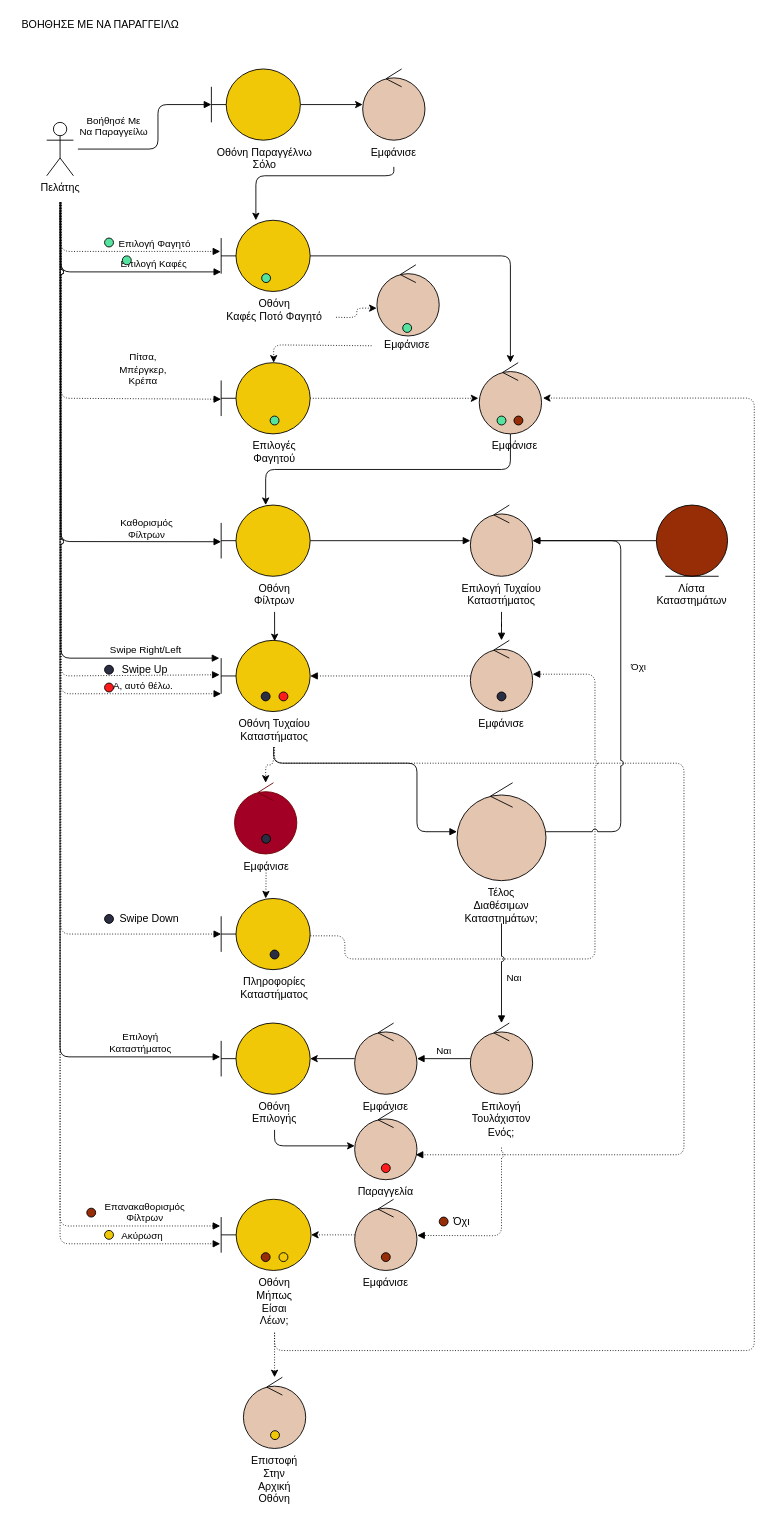
Before: docs/contributions/itsikelis/Phase 4/Robustness Diagrams v0.2/customer-solo-help-me-order.drawio in iloudaros/nomnomr, a draw.io diagram. Source tidied: cells renumbered, new cells numbered last; positions are measured from the earlier drawing's top-left corner, leaving out a move shared by most shapes. Both pictures are drawn from the tidied source at 89%, with x=0, y=0 at pixel (15, 15).
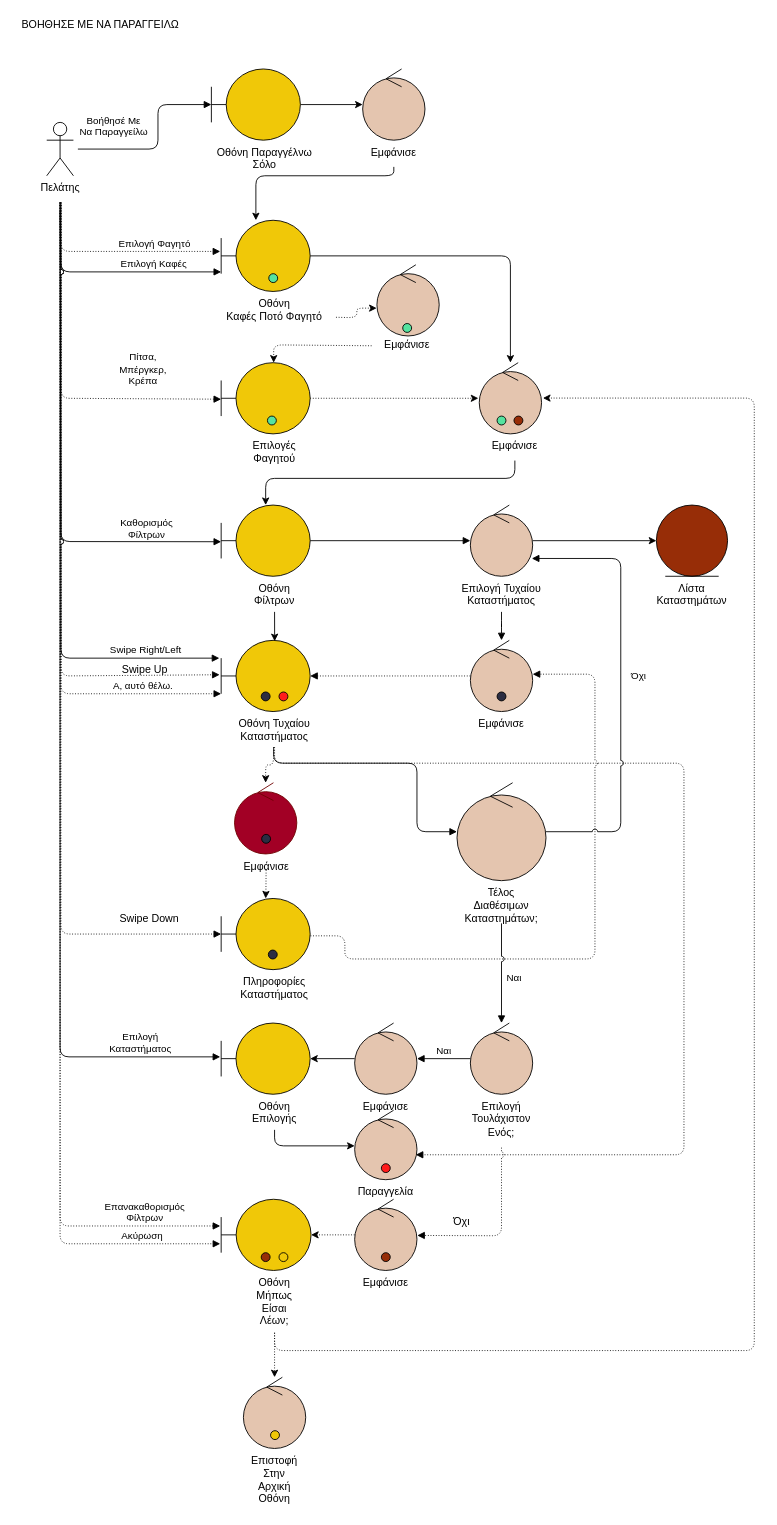
After the change.

Unchanged cells that the change refers to:
```xml
<mxCell id="14" style="shape=umlBoundary;whiteSpace=wrap;html=1;fillColor=#F0C808;strokeColor=#000000;fontColor=#000000;labelBackgroundColor=none;align=center;" parent="1" vertex="1">
  <mxGeometry x="231" y="550" width="100" height="80" as="geometry" />
</mxCell>
<mxCell id="22" style="ellipse;shape=umlControl;whiteSpace=wrap;html=1;fillColor=#E4C5AF;fontColor=#000000;labelBackgroundColor=none;align=center;" parent="1" vertex="1">
  <mxGeometry x="511" y="550" width="70" height="80" as="geometry" />
</mxCell>
<mxCell id="24" style="ellipse;shape=umlEntity;whiteSpace=wrap;html=1;fontColor=#000000;labelBackgroundColor=none;align=center;fillColor=#972D07;" parent="1" vertex="1">
  <mxGeometry x="720" y="550" width="80" height="80" as="geometry" />
</mxCell>
<mxCell id="28" style="ellipse;shape=umlControl;whiteSpace=wrap;html=1;fillColor=#E4C5AF;fontColor=#000000;labelBackgroundColor=none;align=center;" parent="1" vertex="1">
  <mxGeometry x="496" y="862" width="100" height="110" as="geometry" />
</mxCell>
<mxCell id="35" style="ellipse;shape=umlControl;whiteSpace=wrap;html=1;fillColor=#E4C5AF;fontColor=#000000;labelBackgroundColor=none;align=center;" parent="1" vertex="1">
  <mxGeometry x="521" y="390" width="70" height="80" as="geometry" />
</mxCell>
<mxCell id="67" value="&lt;span style=&quot;font-family: helvetica; font-size: 12px; font-style: normal; font-weight: 400; letter-spacing: normal; text-indent: 0px; text-transform: none; word-spacing: 0px; display: inline; float: none;&quot;&gt;Εμφάνισε&lt;/span&gt;" style="text;whiteSpace=wrap;html=1;fontColor=#000000;labelBackgroundColor=none;align=center;" parent="1" vertex="1">
  <mxGeometry x="521" y="470" width="80" height="30" as="geometry" />
</mxCell>
```

The edit, as a diff of the source:
```diff
@@
+    <mxCell id="110" style="edgeStyle=orthogonalEdgeStyle;rounded=0;jettySize=auto;html=1;entryX=0;entryY=0.5;entryDx=0;entryDy=0;" parent="1" edge="1" source="22" target="24">
+      <mxGeometry relative="1" as="geometry" />
+    </mxCell>
@@
-    <mxCell id="23" style="edgeStyle=orthogonalEdgeStyle;rounded=1;jettySize=auto;html=1;jumpStyle=arc;fontColor=#000000;labelBackgroundColor=none;align=center;endArrow=block;endFill=1;" parent="1" edge="1" source="24" target="22">
-      <mxGeometry relative="1" as="geometry">
-        <Array as="points">
-          <mxPoint x="630" y="590" />
-          <mxPoint x="630" y="590" />
-        </Array>
-      </mxGeometry>
-    </mxCell>
@@
-    <mxCell id="34" style="edgeStyle=orthogonalEdgeStyle;rounded=1;jettySize=auto;html=1;jumpStyle=arc;fontColor=#000000;labelBackgroundColor=none;align=center;" parent="1" edge="1" source="35" target="14">
+    <mxCell id="34" style="edgeStyle=orthogonalEdgeStyle;rounded=1;jettySize=auto;html=1;jumpStyle=arc;fontColor=#000000;labelBackgroundColor=none;align=center;exitX=0.5;exitY=1;exitDx=0;exitDy=0;" parent="1" edge="1" source="67" target="14">
       <mxGeometry relative="1" as="geometry">
         <Array as="points">
-          <mxPoint x="556" y="510" />
-          <mxPoint x="281" y="510" />
+          <mxPoint x="561" y="520" />
+          <mxPoint x="281" y="520" />
         </Array>
       </mxGeometry>
     </mxCell>
@@
-    <mxCell id="52" value="Όχι" style="html=1;verticalAlign=bottom;endArrow=block;rounded=1;jumpStyle=arc;fontColor=#000000;labelBackgroundColor=none;align=center;endFill=1;" parent="1" edge="1" source="28" target="22">
+    <mxCell id="52" value="Όχι" style="html=1;verticalAlign=bottom;endArrow=block;rounded=1;jumpStyle=arc;fontColor=#000000;labelBackgroundColor=none;align=center;endFill=1;entryX=0.986;entryY=0.75;entryDx=0;entryDy=0;entryPerimeter=0;" parent="1" edge="1" source="28" target="22">
       <mxGeometry x="0.02" y="-20" relative="1" as="geometry">
         <Array as="points">
           <mxPoint x="680" y="917" />
-          <mxPoint x="680" y="590" />
+          <mxPoint x="680" y="610" />
+          <mxPoint x="630" y="610" />
         </Array>
       </mxGeometry>
     </mxCell>
@@
-    <mxCell id="84" style="shape=ellipse;fillColor=#56E39F;strokeColor=default;html=1;sketch=0;" parent="1" vertex="1">
-      <mxGeometry x="100" y="250" width="10" height="10" as="geometry" />
-    </mxCell>
     <mxCell id="85" style="shape=ellipse;fillColor=#56E39F;strokeColor=default;html=1;sketch=0;" parent="1" vertex="1">
-      <mxGeometry x="276.5" y="290" width="10" height="10" as="geometry" />
+      <mxGeometry x="284.5" y="290" width="10" height="10" as="geometry" />
     </mxCell>
-    <mxCell id="86" style="shape=ellipse;fillColor=#56E39F;strokeColor=default;html=1;sketch=0;" parent="1" vertex="1">
-      <mxGeometry x="120" y="270" width="10" height="10" as="geometry" />
-    </mxCell>
@@
     <mxCell id="88" style="shape=ellipse;fillColor=#56E39F;strokeColor=default;html=1;sketch=0;" parent="1" vertex="1">
-      <mxGeometry x="286" y="450" width="10" height="10" as="geometry" />
+      <mxGeometry x="283" y="450" width="10" height="10" as="geometry" />
     </mxCell>
@@
-    <mxCell id="90" style="shape=ellipse;fillColor=#2B2D42;strokeColor=default;html=1;sketch=0;" parent="1" vertex="1">
-      <mxGeometry x="100" y="730" width="10" height="10" as="geometry" />
-    </mxCell>
@@
     <mxCell id="94" style="shape=ellipse;fillColor=#2B2D42;strokeColor=default;html=1;sketch=0;" parent="1" vertex="1">
-      <mxGeometry x="286" y="1050" width="10" height="10" as="geometry" />
+      <mxGeometry x="284" y="1050" width="10" height="10" as="geometry" />
     </mxCell>
-    <mxCell id="95" style="shape=ellipse;fillColor=#2B2D42;strokeColor=default;html=1;sketch=0;" parent="1" vertex="1">
-      <mxGeometry x="100" y="1010" width="10" height="10" as="geometry" />
-    </mxCell>
@@
-    <mxCell id="98" style="shape=ellipse;fillColor=#FF1B1B;strokeColor=default;html=1;sketch=0;" parent="1" vertex="1">
-      <mxGeometry x="100" y="750" width="10" height="10" as="geometry" />
-    </mxCell>
@@
-    <mxCell id="101" style="shape=ellipse;fillColor=#972D07;strokeColor=default;html=1;sketch=0;" parent="1" vertex="1">
-      <mxGeometry x="476" y="1350" width="10" height="10" as="geometry" />
-    </mxCell>
@@
-    <mxCell id="105" style="shape=ellipse;fillColor=#972D07;strokeColor=default;html=1;sketch=0;" parent="1" vertex="1">
-      <mxGeometry x="80" y="1340" width="10" height="10" as="geometry" />
-    </mxCell>
@@
-    <mxCell id="107" style="shape=ellipse;fillColor=#F0C808;strokeColor=default;html=1;sketch=0;" parent="1" vertex="1">
-      <mxGeometry x="100" y="1365" width="10" height="10" as="geometry" />
-    </mxCell>
```
